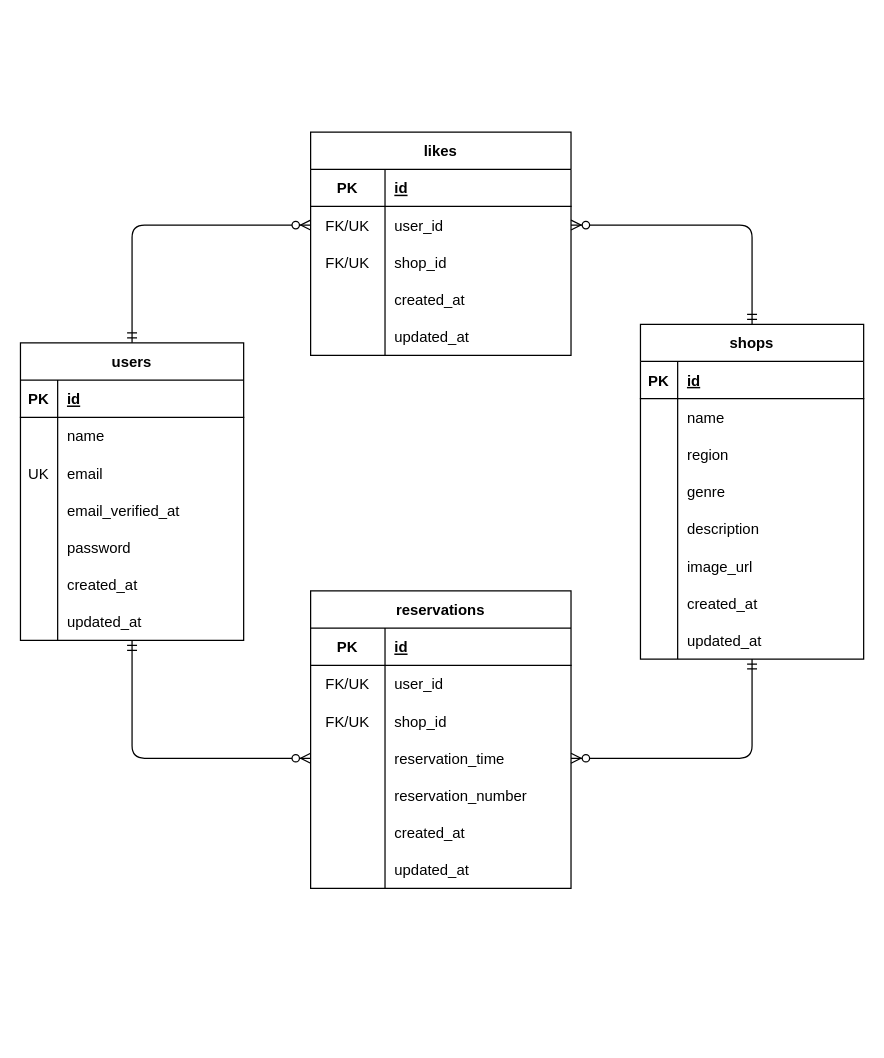
fukuda983667/Rese-front keeps this draw.io diagram as ER.drawio. Above is the earlier version. Source tidied: cells renumbered, new cells numbered last; positions are measured from the earlier drawing's top-left corner, leaving out a move shared by most shapes. Both pictures are drawn from the tidied source at 124%, with x=0, y=0 at pixel (20, 131).
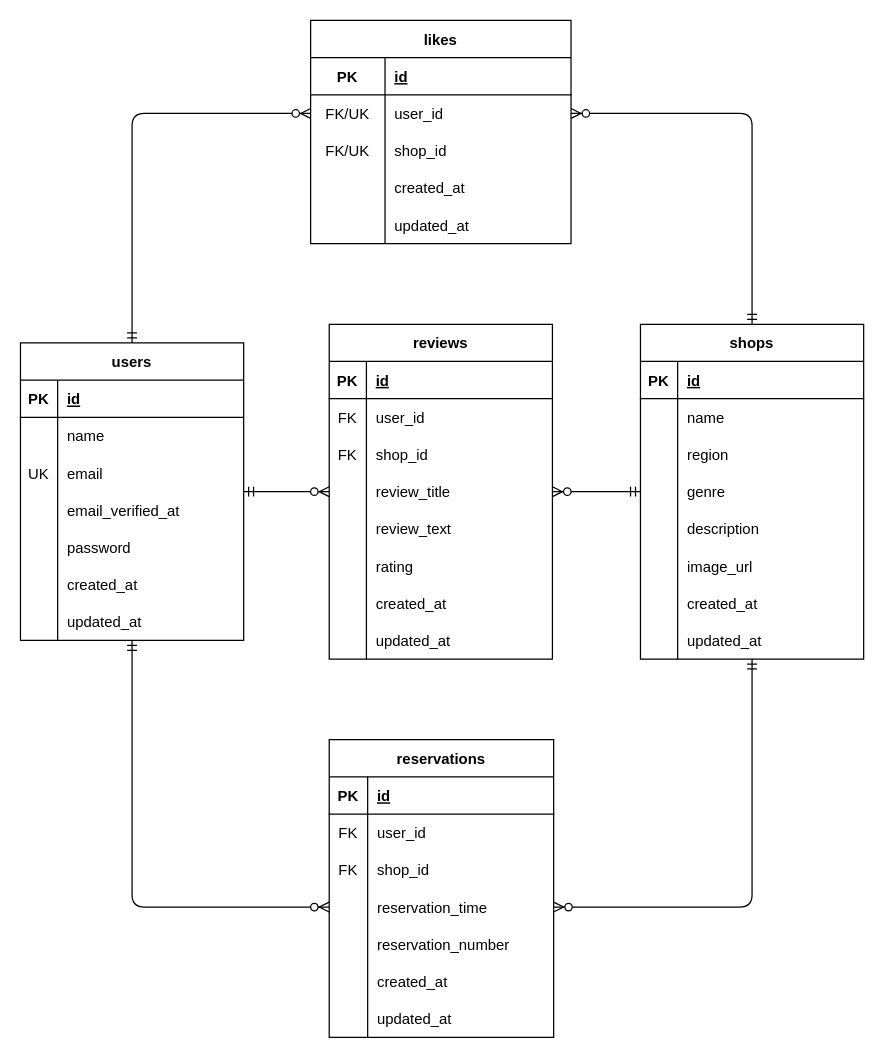
Above is the later version.

The change refers to these unchanged cells:
```xml
<mxCell id="2" value="shops" style="shape=table;startSize=30;childLayout=tableLayout;rowLines=0;fontStyle=1;align=center;" parent="1" vertex="1">
  <mxGeometry x="500" y="155" width="180" height="270" as="geometry" />
</mxCell>
<mxCell id="12" style="shape=tableRow;horizontal=0;startSize=0;swimlaneHead=0;swimlaneBody=0;fillColor=none;points=[[0,0.5],[1,0.5]];portConstraint=eastwest;top=0;left=0;right=0;bottom=0;" parent="2" vertex="1">
  <mxGeometry y="120" width="180" height="30" as="geometry" />
</mxCell>
<mxCell id="24" style="shape=tableRow;horizontal=0;startSize=0;swimlaneHead=0;swimlaneBody=0;fillColor=none;points=[[0,0.5],[1,0.5]];portConstraint=eastwest;top=0;left=0;right=0;bottom=0;" parent="2" vertex="1">
  <mxGeometry y="240" width="180" height="30" as="geometry" />
</mxCell>
<mxCell id="31" style="shape=tableRow;horizontal=0;startSize=0;swimlaneHead=0;swimlaneBody=0;fillColor=none;points=[[0,0.5],[1,0.5]];portConstraint=eastwest;top=0;left=0;right=0;bottom=0;" parent="27" vertex="1">
  <mxGeometry y="60" width="210" height="30" as="geometry" />
</mxCell>
<mxCell id="43" value="users" style="shape=table;startSize=30;childLayout=tableLayout;rowLines=0;fontStyle=1;align=center;" parent="1" vertex="1">
  <mxGeometry y="170" width="180" height="240" as="geometry" />
</mxCell>
```

The edit, as a diff of the source:
```diff
@@
     <mxCell id="27" value="likes" style="shape=table;startSize=30;childLayout=tableLayout;rowLines=0;fontStyle=1;align=center;" parent="1" vertex="1">
-      <mxGeometry x="234" width="210" height="180" as="geometry" />
+      <mxGeometry x="234" y="-90" width="210" height="180" as="geometry" />
     </mxCell>
@@
     <mxCell id="65" value="reservations" style="shape=table;startSize=30;childLayout=tableLayout;rowLines=0;fontStyle=1;align=center;" parent="1" vertex="1">
-      <mxGeometry x="234" y="370" width="210" height="240" as="geometry" />
+      <mxGeometry x="249" y="490" width="181" height="240" as="geometry" />
     </mxCell>
     <mxCell id="66" style="shape=tableRow;horizontal=0;startSize=0;swimlaneHead=0;swimlaneBody=0;fillColor=none;top=0;left=0;right=0;bottom=1;" parent="65" vertex="1">
-      <mxGeometry y="30" width="210" height="30" as="geometry" />
+      <mxGeometry y="30" width="181" height="30" as="geometry" />
     </mxCell>
     <mxCell id="67" value="PK" style="shape=partialRectangle;fillColor=none;top=0;left=0;bottom=0;right=0;fontStyle=1;overflow=hidden;" parent="66" vertex="1">
-      <mxGeometry width="60" height="30" as="geometry" />
+      <mxGeometry width="31" height="30" as="geometry" />
     </mxCell>
     <mxCell id="68" value="id" style="shape=partialRectangle;fillColor=none;top=0;left=0;bottom=0;right=0;align=left;spacingLeft=6;fontStyle=5;overflow=hidden;" parent="66" vertex="1">
-      <mxGeometry x="60" width="150" height="30" as="geometry" />
+      <mxGeometry x="31" width="150" height="30" as="geometry" />
     </mxCell>
     <mxCell id="69" style="shape=tableRow;horizontal=0;startSize=0;swimlaneHead=0;swimlaneBody=0;fillColor=none;top=0;left=0;right=0;bottom=0;" parent="65" vertex="1">
-      <mxGeometry y="60" width="210" height="30" as="geometry" />
+      <mxGeometry y="60" width="181" height="30" as="geometry" />
     </mxCell>
-    <mxCell id="70" value="FK/UK" style="shape=partialRectangle;fillColor=none;top=0;left=0;bottom=0;right=0;overflow=hidden;fontSize=12;" parent="69" vertex="1">
-      <mxGeometry width="60" height="30" as="geometry" />
+    <mxCell id="70" value="FK" style="shape=partialRectangle;fillColor=none;top=0;left=0;bottom=0;right=0;overflow=hidden;fontSize=12;" parent="69" vertex="1">
+      <mxGeometry width="31" height="30" as="geometry" />
     </mxCell>
     <mxCell id="71" value="user_id" style="shape=partialRectangle;fillColor=none;top=0;left=0;bottom=0;right=0;align=left;spacingLeft=6;overflow=hidden;" parent="69" vertex="1">
-      <mxGeometry x="60" width="150" height="30" as="geometry" />
+      <mxGeometry x="31" width="150" height="30" as="geometry" />
     </mxCell>
     <mxCell id="72" style="shape=tableRow;horizontal=0;startSize=0;swimlaneHead=0;swimlaneBody=0;fillColor=none;top=0;left=0;right=0;bottom=0;" parent="65" vertex="1">
-      <mxGeometry y="90" width="210" height="30" as="geometry" />
+      <mxGeometry y="90" width="181" height="30" as="geometry" />
     </mxCell>
-    <mxCell id="73" value="FK/UK" style="shape=partialRectangle;fillColor=none;top=0;left=0;bottom=0;right=0;overflow=hidden;fontSize=12;" parent="72" vertex="1">
-      <mxGeometry width="60" height="30" as="geometry" />
+    <mxCell id="73" value="FK" style="shape=partialRectangle;fillColor=none;top=0;left=0;bottom=0;right=0;overflow=hidden;fontSize=12;" parent="72" vertex="1">
+      <mxGeometry width="31" height="30" as="geometry" />
     </mxCell>
     <mxCell id="74" value="shop_id" style="shape=partialRectangle;fillColor=none;top=0;left=0;bottom=0;right=0;align=left;spacingLeft=6;overflow=hidden;" parent="72" vertex="1">
-      <mxGeometry x="60" width="150" height="30" as="geometry" />
+      <mxGeometry x="31" width="150" height="30" as="geometry" />
     </mxCell>
     <mxCell id="75" style="shape=tableRow;horizontal=0;startSize=0;swimlaneHead=0;swimlaneBody=0;fillColor=none;points=[[0,0.5],[1,0.5]];portConstraint=eastwest;top=0;left=0;right=0;bottom=0;" parent="65" vertex="1">
-      <mxGeometry y="120" width="210" height="30" as="geometry" />
+      <mxGeometry y="120" width="181" height="30" as="geometry" />
     </mxCell>
     <mxCell id="76" style="shape=partialRectangle;fillColor=none;top=0;left=0;bottom=0;right=0;overflow=hidden;fontSize=8;" parent="75" vertex="1">
-      <mxGeometry width="60" height="30" as="geometry" />
+      <mxGeometry width="31" height="30" as="geometry" />
     </mxCell>
     <mxCell id="77" value="reservation_time" style="shape=partialRectangle;fillColor=none;top=0;left=0;bottom=0;right=0;align=left;spacingLeft=6;overflow=hidden;" parent="75" vertex="1">
-      <mxGeometry x="60" width="150" height="30" as="geometry" />
+      <mxGeometry x="31" width="150" height="30" as="geometry" />
     </mxCell>
     <mxCell id="78" style="shape=tableRow;horizontal=0;startSize=0;swimlaneHead=0;swimlaneBody=0;fillColor=none;top=0;left=0;right=0;bottom=0;" parent="65" vertex="1">
-      <mxGeometry y="150" width="210" height="30" as="geometry" />
+      <mxGeometry y="150" width="181" height="30" as="geometry" />
     </mxCell>
     <mxCell id="79" style="shape=partialRectangle;fillColor=none;top=0;left=0;bottom=0;right=0;overflow=hidden;fontSize=8;" parent="78" vertex="1">
-      <mxGeometry width="60" height="30" as="geometry" />
+      <mxGeometry width="31" height="30" as="geometry" />
     </mxCell>
     <mxCell id="80" value="reservation_number" style="shape=partialRectangle;fillColor=none;top=0;left=0;bottom=0;right=0;align=left;spacingLeft=6;overflow=hidden;" parent="78" vertex="1">
-      <mxGeometry x="60" width="150" height="30" as="geometry" />
+      <mxGeometry x="31" width="150" height="30" as="geometry" />
     </mxCell>
     <mxCell id="81" style="shape=tableRow;horizontal=0;startSize=0;swimlaneHead=0;swimlaneBody=0;fillColor=none;top=0;left=0;right=0;bottom=0;" parent="65" vertex="1">
-      <mxGeometry y="180" width="210" height="30" as="geometry" />
+      <mxGeometry y="180" width="181" height="30" as="geometry" />
     </mxCell>
     <mxCell id="82" style="shape=partialRectangle;fillColor=none;top=0;left=0;bottom=0;right=0;overflow=hidden;" parent="81" vertex="1">
-      <mxGeometry width="60" height="30" as="geometry" />
+      <mxGeometry width="31" height="30" as="geometry" />
     </mxCell>
     <mxCell id="83" value="created_at" style="shape=partialRectangle;fillColor=none;top=0;left=0;bottom=0;right=0;align=left;spacingLeft=6;overflow=hidden;" parent="81" vertex="1">
-      <mxGeometry x="60" width="150" height="30" as="geometry" />
+      <mxGeometry x="31" width="150" height="30" as="geometry" />
     </mxCell>
     <mxCell id="84" style="shape=tableRow;horizontal=0;startSize=0;swimlaneHead=0;swimlaneBody=0;fillColor=none;top=0;left=0;right=0;bottom=0;" parent="65" vertex="1">
-      <mxGeometry y="210" width="210" height="30" as="geometry" />
+      <mxGeometry y="210" width="181" height="30" as="geometry" />
     </mxCell>
     <mxCell id="85" style="shape=partialRectangle;fillColor=none;top=0;left=0;bottom=0;right=0;overflow=hidden;" parent="84" vertex="1">
-      <mxGeometry width="60" height="30" as="geometry" />
+      <mxGeometry width="31" height="30" as="geometry" />
     </mxCell>
     <mxCell id="86" value="updated_at" style="shape=partialRectangle;fillColor=none;top=0;left=0;bottom=0;right=0;align=left;spacingLeft=6;overflow=hidden;" parent="84" vertex="1">
-      <mxGeometry x="60" width="150" height="30" as="geometry" />
+      <mxGeometry x="31" width="150" height="30" as="geometry" />
     </mxCell>
     <mxCell id="87" style="fontSize=12;html=1;endArrow=ERzeroToMany;startArrow=ERmandOne;elbow=vertical;entryX=0;entryY=0.5;entryDx=0;entryDy=0;exitX=0.5;exitY=0;exitDx=0;exitDy=0;" parent="1" edge="1" source="43" target="31">
       <mxGeometry relative="1" as="geometry">
         <Array as="points">
-          <mxPoint x="90" y="75" />
+          <mxPoint x="90" y="-15" />
         </Array>
       </mxGeometry>
     </mxCell>
     <mxCell id="88" style="fontSize=12;html=1;endArrow=ERzeroToMany;startArrow=ERmandOne;elbow=vertical;entryX=1;entryY=0.5;entryDx=0;entryDy=0;exitX=0.5;exitY=0;exitDx=0;exitDy=0;" parent="1" edge="1" source="2" target="31">
       <mxGeometry relative="1" as="geometry">
         <Array as="points">
-          <mxPoint x="590" y="75" />
+          <mxPoint x="590" y="-15" />
         </Array>
       </mxGeometry>
     </mxCell>
     <mxCell id="89" style="fontSize=12;html=1;endArrow=ERzeroToMany;startArrow=ERmandOne;elbow=vertical;entryX=1;entryY=0.5;entryDx=0;entryDy=0;" parent="1" edge="1" source="24" target="75">
       <mxGeometry relative="1" as="geometry">
         <Array as="points">
-          <mxPoint x="590" y="505" />
+          <mxPoint x="590" y="625" />
         </Array>
       </mxGeometry>
     </mxCell>
     <mxCell id="90" style="fontSize=12;html=1;endArrow=ERzeroToMany;startArrow=ERmandOne;elbow=vertical;entryX=0;entryY=0.5;entryDx=0;entryDy=0;" parent="1" edge="1" target="75">
       <mxGeometry relative="1" as="geometry">
         <mxPoint x="90" y="410" as="sourcePoint" />
         <Array as="points">
-          <mxPoint x="90" y="505" />
+          <mxPoint x="90" y="625" />
         </Array>
       </mxGeometry>
     </mxCell>
+    <mxCell id="91" value="reviews" style="shape=table;startSize=30;childLayout=tableLayout;rowLines=0;fontStyle=1;align=center;" parent="1" vertex="1">
+      <mxGeometry x="249" y="155" width="180" height="270" as="geometry" />
+    </mxCell>
+    <mxCell id="92" style="shape=tableRow;horizontal=0;startSize=0;swimlaneHead=0;swimlaneBody=0;fillColor=none;top=0;left=0;right=0;bottom=1;" parent="91" vertex="1">
+      <mxGeometry y="30" width="180" height="30" as="geometry" />
+    </mxCell>
+    <mxCell id="93" value="PK" style="shape=partialRectangle;fillColor=none;top=0;left=0;bottom=0;right=0;fontStyle=1;overflow=hidden;" parent="92" vertex="1">
+      <mxGeometry width="30" height="30" as="geometry" />
+    </mxCell>
+    <mxCell id="94" value="id" style="shape=partialRectangle;fillColor=none;top=0;left=0;bottom=0;right=0;align=left;spacingLeft=6;fontStyle=5;overflow=hidden;" parent="92" vertex="1">
+      <mxGeometry x="30" width="150" height="30" as="geometry" />
+    </mxCell>
+    <mxCell id="95" style="shape=tableRow;horizontal=0;startSize=0;swimlaneHead=0;swimlaneBody=0;fillColor=none;top=0;left=0;right=0;bottom=0;" parent="91" vertex="1">
+      <mxGeometry y="60" width="180" height="30" as="geometry" />
+    </mxCell>
+    <mxCell id="96" value="FK" style="shape=partialRectangle;fillColor=none;top=0;left=0;bottom=0;right=0;overflow=hidden;" parent="95" vertex="1">
+      <mxGeometry width="30" height="30" as="geometry" />
+    </mxCell>
+    <mxCell id="97" value="user_id" style="shape=partialRectangle;fillColor=none;top=0;left=0;bottom=0;right=0;align=left;spacingLeft=6;overflow=hidden;" parent="95" vertex="1">
+      <mxGeometry x="30" width="150" height="30" as="geometry" />
+    </mxCell>
+    <mxCell id="98" style="shape=tableRow;horizontal=0;startSize=0;swimlaneHead=0;swimlaneBody=0;fillColor=none;top=0;left=0;right=0;bottom=0;" parent="91" vertex="1">
+      <mxGeometry y="90" width="180" height="30" as="geometry" />
+    </mxCell>
+    <mxCell id="99" value="FK" style="shape=partialRectangle;fillColor=none;top=0;left=0;bottom=0;right=0;overflow=hidden;" parent="98" vertex="1">
+      <mxGeometry width="30" height="30" as="geometry" />
+    </mxCell>
+    <mxCell id="100" value="shop_id" style="shape=partialRectangle;fillColor=none;top=0;left=0;bottom=0;right=0;align=left;spacingLeft=6;overflow=hidden;" parent="98" vertex="1">
+      <mxGeometry x="30" width="150" height="30" as="geometry" />
+    </mxCell>
+    <mxCell id="101" style="shape=tableRow;horizontal=0;startSize=0;swimlaneHead=0;swimlaneBody=0;fillColor=none;points=[[0,0.5],[1,0.5]];portConstraint=eastwest;top=0;left=0;right=0;bottom=0;" parent="91" vertex="1">
+      <mxGeometry y="120" width="180" height="30" as="geometry" />
+    </mxCell>
+    <mxCell id="102" style="shape=partialRectangle;fillColor=none;top=0;left=0;bottom=0;right=0;overflow=hidden;" parent="101" vertex="1">
+      <mxGeometry width="30" height="30" as="geometry" />
+    </mxCell>
+    <mxCell id="103" value="review_title" style="shape=partialRectangle;fillColor=none;top=0;left=0;bottom=0;right=0;align=left;spacingLeft=6;overflow=hidden;" parent="101" vertex="1">
+      <mxGeometry x="30" width="150" height="30" as="geometry" />
+    </mxCell>
+    <mxCell id="104" style="shape=tableRow;horizontal=0;startSize=0;swimlaneHead=0;swimlaneBody=0;fillColor=none;top=0;left=0;right=0;bottom=0;" parent="91" vertex="1">
+      <mxGeometry y="150" width="180" height="30" as="geometry" />
+    </mxCell>
+    <mxCell id="105" style="shape=partialRectangle;fillColor=none;top=0;left=0;bottom=0;right=0;overflow=hidden;" parent="104" vertex="1">
+      <mxGeometry width="30" height="30" as="geometry" />
+    </mxCell>
+    <mxCell id="106" value="review_text" style="shape=partialRectangle;fillColor=none;top=0;left=0;bottom=0;right=0;align=left;spacingLeft=6;overflow=hidden;" parent="104" vertex="1">
+      <mxGeometry x="30" width="150" height="30" as="geometry" />
+    </mxCell>
+    <mxCell id="107" style="shape=tableRow;horizontal=0;startSize=0;swimlaneHead=0;swimlaneBody=0;fillColor=none;top=0;left=0;right=0;bottom=0;" parent="91" vertex="1">
+      <mxGeometry y="180" width="180" height="30" as="geometry" />
+    </mxCell>
+    <mxCell id="108" style="shape=partialRectangle;fillColor=none;top=0;left=0;bottom=0;right=0;overflow=hidden;" parent="107" vertex="1">
+      <mxGeometry width="30" height="30" as="geometry" />
+    </mxCell>
+    <mxCell id="109" value="rating" style="shape=partialRectangle;fillColor=none;top=0;left=0;bottom=0;right=0;align=left;spacingLeft=6;overflow=hidden;" parent="107" vertex="1">
+      <mxGeometry x="30" width="150" height="30" as="geometry" />
+    </mxCell>
+    <mxCell id="110" style="shape=tableRow;horizontal=0;startSize=0;swimlaneHead=0;swimlaneBody=0;fillColor=none;top=0;left=0;right=0;bottom=0;" parent="91" vertex="1">
+      <mxGeometry y="210" width="180" height="30" as="geometry" />
+    </mxCell>
+    <mxCell id="111" style="shape=partialRectangle;fillColor=none;top=0;left=0;bottom=0;right=0;overflow=hidden;" parent="110" vertex="1">
+      <mxGeometry width="30" height="30" as="geometry" />
+    </mxCell>
+    <mxCell id="112" value="created_at" style="shape=partialRectangle;fillColor=none;top=0;left=0;bottom=0;right=0;align=left;spacingLeft=6;overflow=hidden;" parent="110" vertex="1">
+      <mxGeometry x="30" width="150" height="30" as="geometry" />
+    </mxCell>
+    <mxCell id="113" style="shape=tableRow;horizontal=0;startSize=0;swimlaneHead=0;swimlaneBody=0;fillColor=none;top=0;left=0;right=0;bottom=0;" parent="91" vertex="1">
+      <mxGeometry y="240" width="180" height="30" as="geometry" />
+    </mxCell>
+    <mxCell id="114" style="shape=partialRectangle;fillColor=none;top=0;left=0;bottom=0;right=0;overflow=hidden;" parent="113" vertex="1">
+      <mxGeometry width="30" height="30" as="geometry" />
+    </mxCell>
+    <mxCell id="115" value="updated_at" style="shape=partialRectangle;fillColor=none;top=0;left=0;bottom=0;right=0;align=left;spacingLeft=6;overflow=hidden;" parent="113" vertex="1">
+      <mxGeometry x="30" width="150" height="30" as="geometry" />
+    </mxCell>
+    <mxCell id="116" style="fontSize=12;html=1;endArrow=ERzeroToMany;startArrow=ERmandOne;elbow=vertical;entryX=0;entryY=0.5;entryDx=0;entryDy=0;" parent="1" edge="1" target="101">
+      <mxGeometry relative="1" as="geometry">
+        <mxPoint x="180" y="290" as="sourcePoint" />
+        <Array as="points">
+          <mxPoint x="210" y="290" />
+        </Array>
+      </mxGeometry>
+    </mxCell>
+    <mxCell id="117" style="fontSize=12;html=1;endArrow=ERzeroToMany;startArrow=ERmandOne;elbow=vertical;entryX=1;entryY=0.5;entryDx=0;entryDy=0;exitX=0;exitY=0.5;exitDx=0;exitDy=0;" parent="1" edge="1" source="12" target="101">
+      <mxGeometry relative="1" as="geometry" />
+    </mxCell>
```
